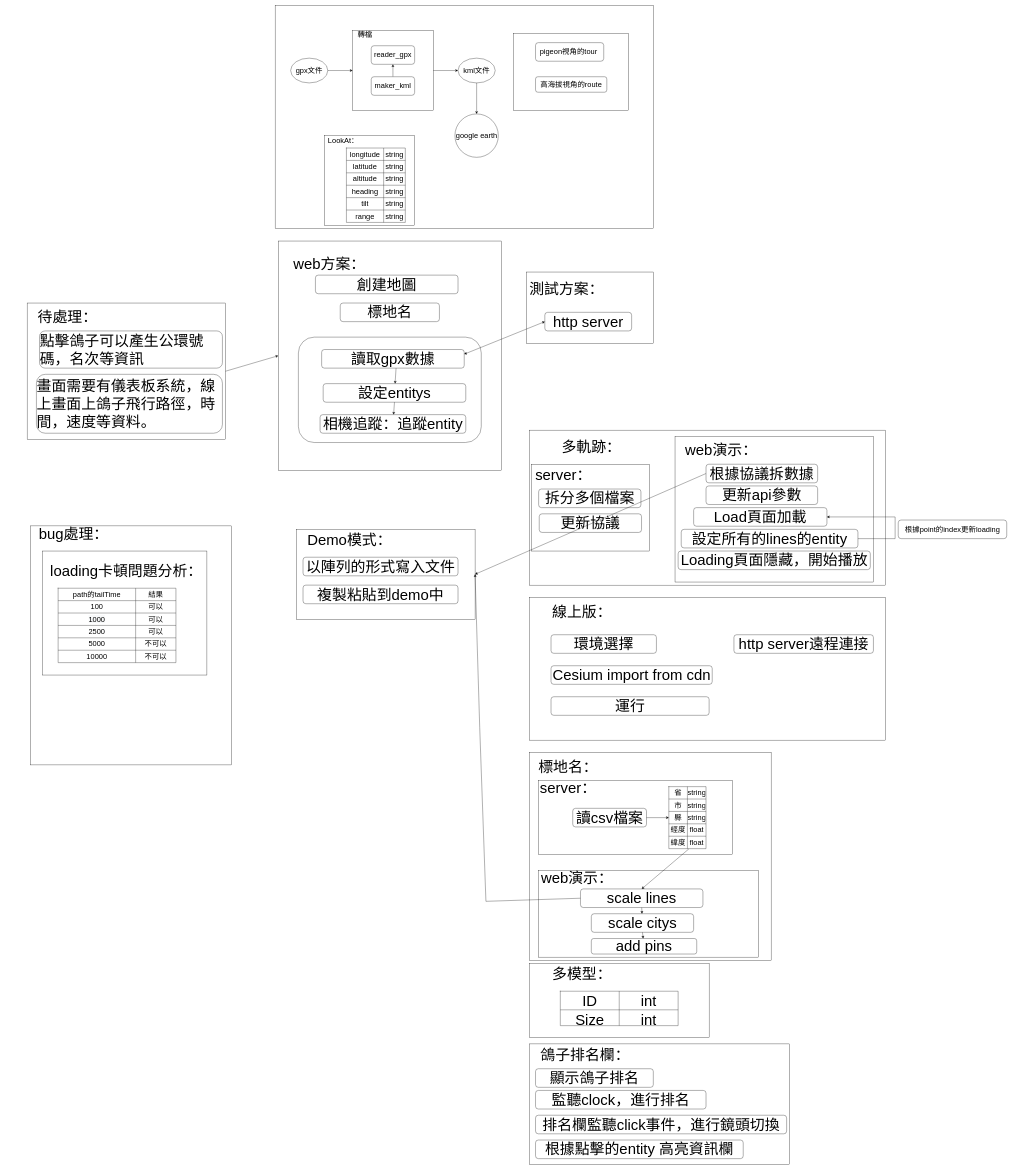
Before: 3d展示.drawio in pengzhen80/PigeonRace, a draw.io diagram. Source tidied: cells renumbered, new cells numbered last; positions are measured from the earlier drawing's top-left corner, leaving out a move shared by most shapes. Both pictures are drawn from the tidied source at 31%, with x=0, y=0 at pixel (27, 5).
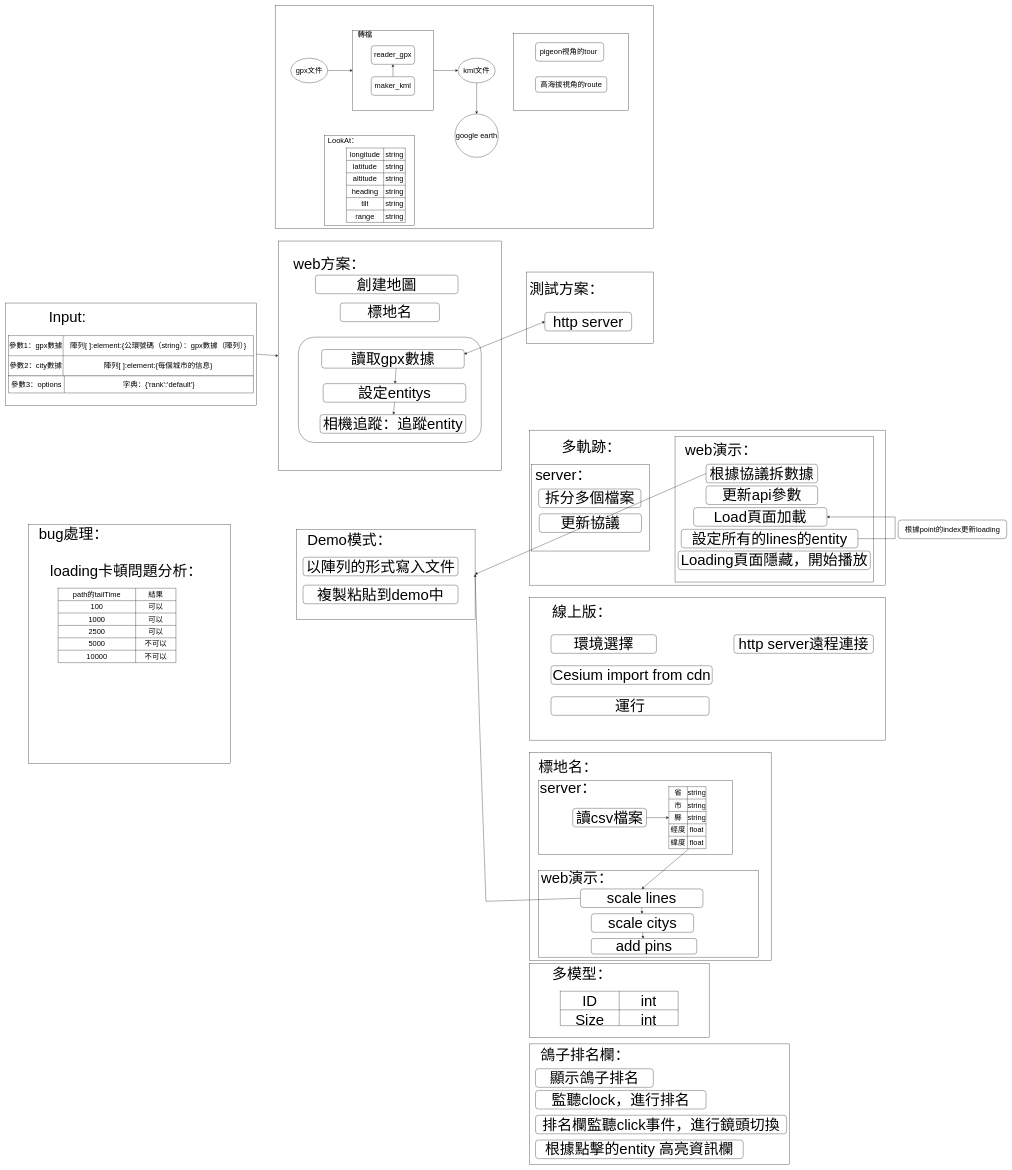
The same page after the edit.

Change to the diagram source:
```diff
@@
     <mxCell id="7" style="rounded=0;whiteSpace=wrap;html=1;fontSize=48;" parent="1" vertex="1">
-      <mxGeometry y="960" width="640" height="440" as="geometry" />
+      <mxGeometry x="-70" y="960" width="810" height="330" as="geometry" />
     </mxCell>
@@
-    <mxCell id="57" value="待處理：" style="text;html=1;strokeColor=none;fillColor=none;align=center;verticalAlign=middle;whiteSpace=wrap;rounded=0;fontSize=48;" parent="1" vertex="1">
+    <mxCell id="57" value="Input:" style="text;html=1;strokeColor=none;fillColor=none;align=center;verticalAlign=middle;whiteSpace=wrap;rounded=0;fontSize=48;" parent="1" vertex="1">
       <mxGeometry x="20" y="990" width="220" height="30" as="geometry" />
     </mxCell>
@@
-    <mxCell id="121" value="&lt;div style=&quot;box-sizing: border-box ; text-align: left&quot;&gt;&lt;font style=&quot;font-size: 48px&quot;&gt;點擊鴿子可以產生公環號碼，名次等資訊&lt;/font&gt;&lt;/div&gt;" style="rounded=1;whiteSpace=wrap;html=1;fontSize=48;" parent="1" vertex="1">
-      <mxGeometry x="40" y="1050" width="590" height="120" as="geometry" />
-    </mxCell>
-    <mxCell id="122" value="&lt;div style=&quot;box-sizing: border-box ; text-align: left&quot;&gt;&lt;font style=&quot;font-size: 48px&quot;&gt;畫面需要有儀表板系統，線上畫面上鴿子飛行路徑，時間，速度等資料。&lt;/font&gt;&lt;/div&gt;" style="rounded=1;whiteSpace=wrap;html=1;fontSize=48;" parent="1" vertex="1">
-      <mxGeometry x="30" y="1190" width="600" height="190" as="geometry" />
-    </mxCell>
@@
     <mxCell id="129" style="rounded=0;whiteSpace=wrap;html=1;" parent="1" vertex="1">
-      <mxGeometry x="10" y="1679" width="650" height="771" as="geometry" />
+      <mxGeometry x="5" y="1674.5" width="650" height="771" as="geometry" />
     </mxCell>
@@
-    <mxCell id="131" style="rounded=0;whiteSpace=wrap;html=1;fontSize=48;" parent="1" vertex="1">
-      <mxGeometry x="50" y="1760" width="530" height="400" as="geometry" />
-    </mxCell>
@@
+    <mxCell id="152" style="shape=table;startSize=0;childLayout=tableLayout;" parent="1" vertex="1">
+      <mxGeometry x="-60" y="1065" width="790" height="130" as="geometry" />
+    </mxCell>
+    <mxCell id="153" style="shape=tableRow;horizontal=0;startSize=0;swimlaneHead=0;swimlaneBody=0;top=0;left=0;bottom=0;right=0;fillColor=none;" parent="152" vertex="1">
+      <mxGeometry width="790" height="65" as="geometry" />
+    </mxCell>
+    <mxCell id="154" value="&lt;span style=&quot;font-size: 24px&quot;&gt;參數1：gpx數據&lt;/span&gt;" style="shape=partialRectangle;html=1;whiteSpace=wrap;overflow=hidden;fillColor=none;top=0;left=0;bottom=0;right=0;" parent="153" vertex="1">
+      <mxGeometry width="176" height="65" as="geometry" />
+    </mxCell>
+    <mxCell id="155" value="&lt;font style=&quot;font-size: 24px&quot;&gt;陣列[ ]:element:{公環號碼（string）：gpx數據（陣列）}&lt;/font&gt;" style="shape=partialRectangle;html=1;whiteSpace=wrap;overflow=hidden;fillColor=none;top=0;left=0;bottom=0;right=0;" parent="153" vertex="1">
+      <mxGeometry x="176" width="614" height="65" as="geometry" />
+    </mxCell>
+    <mxCell id="156" style="shape=tableRow;horizontal=0;startSize=0;swimlaneHead=0;swimlaneBody=0;top=0;left=0;bottom=0;right=0;fillColor=none;" parent="152" vertex="1">
+      <mxGeometry y="65" width="790" height="65" as="geometry" />
+    </mxCell>
+    <mxCell id="157" value="&lt;font style=&quot;font-size: 24px&quot;&gt;參數2：city數據&lt;/font&gt;" style="shape=partialRectangle;html=1;whiteSpace=wrap;overflow=hidden;fillColor=none;top=0;left=0;bottom=0;right=0;" parent="156" vertex="1">
+      <mxGeometry width="176" height="65" as="geometry" />
+    </mxCell>
+    <mxCell id="158" value="&lt;font style=&quot;font-size: 24px&quot;&gt;陣列[ ]:element:{每個城市的信息}&lt;/font&gt;" style="shape=partialRectangle;html=1;whiteSpace=wrap;overflow=hidden;fillColor=none;top=0;left=0;bottom=0;right=0;" parent="156" vertex="1">
+      <mxGeometry x="176" width="614" height="65" as="geometry" />
+    </mxCell>
+    <mxCell id="159" style="shape=table;startSize=0;childLayout=tableLayout;fontSize=24;" parent="1" vertex="1">
+      <mxGeometry x="-60" y="1195" width="790" height="55" as="geometry" />
+    </mxCell>
+    <mxCell id="160" style="shape=tableRow;horizontal=0;startSize=0;swimlaneHead=0;swimlaneBody=0;top=0;left=0;bottom=0;right=0;fillColor=none;fontSize=24;" parent="159" vertex="1">
+      <mxGeometry width="790" height="55" as="geometry" />
+    </mxCell>
+    <mxCell id="161" value="參數3：options" style="shape=partialRectangle;html=1;whiteSpace=wrap;overflow=hidden;fillColor=none;top=0;left=0;bottom=0;right=0;fontSize=24;" parent="160" vertex="1">
+      <mxGeometry width="180" height="55" as="geometry" />
+    </mxCell>
+    <mxCell id="162" value="字典：{'rank':'default'}" style="shape=partialRectangle;html=1;whiteSpace=wrap;overflow=hidden;fillColor=none;top=0;left=0;bottom=0;right=0;fontSize=24;" parent="160" vertex="1">
+      <mxGeometry x="180" width="610" height="55" as="geometry" />
+    </mxCell>
```
